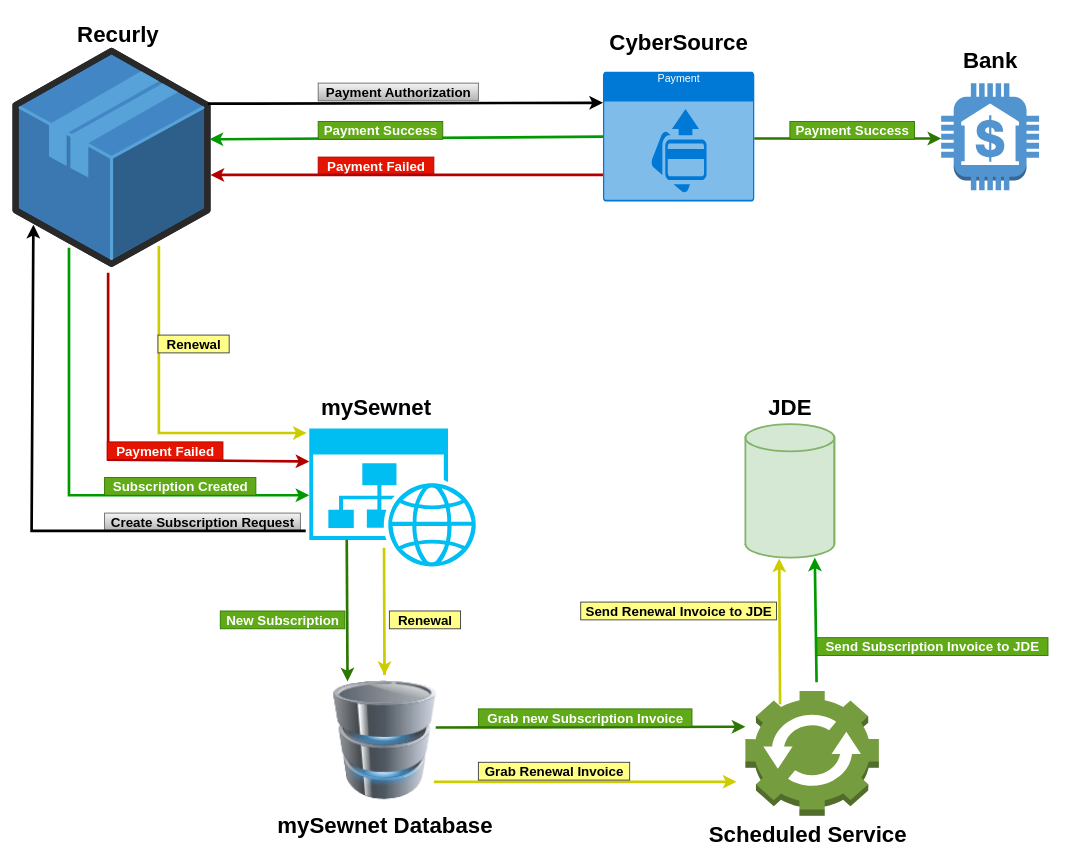
Before: mySewnet/Subscriptions Flow.drawio in sunylcumar/Diagrams, a draw.io diagram. Source tidied: cells renumbered, new cells numbered last; positions are measured from the earlier drawing's top-left corner, leaving out a move shared by most shapes. Both pictures are drawn from the tidied source at 89%, with x=0, y=0 at pixel (15, 15).
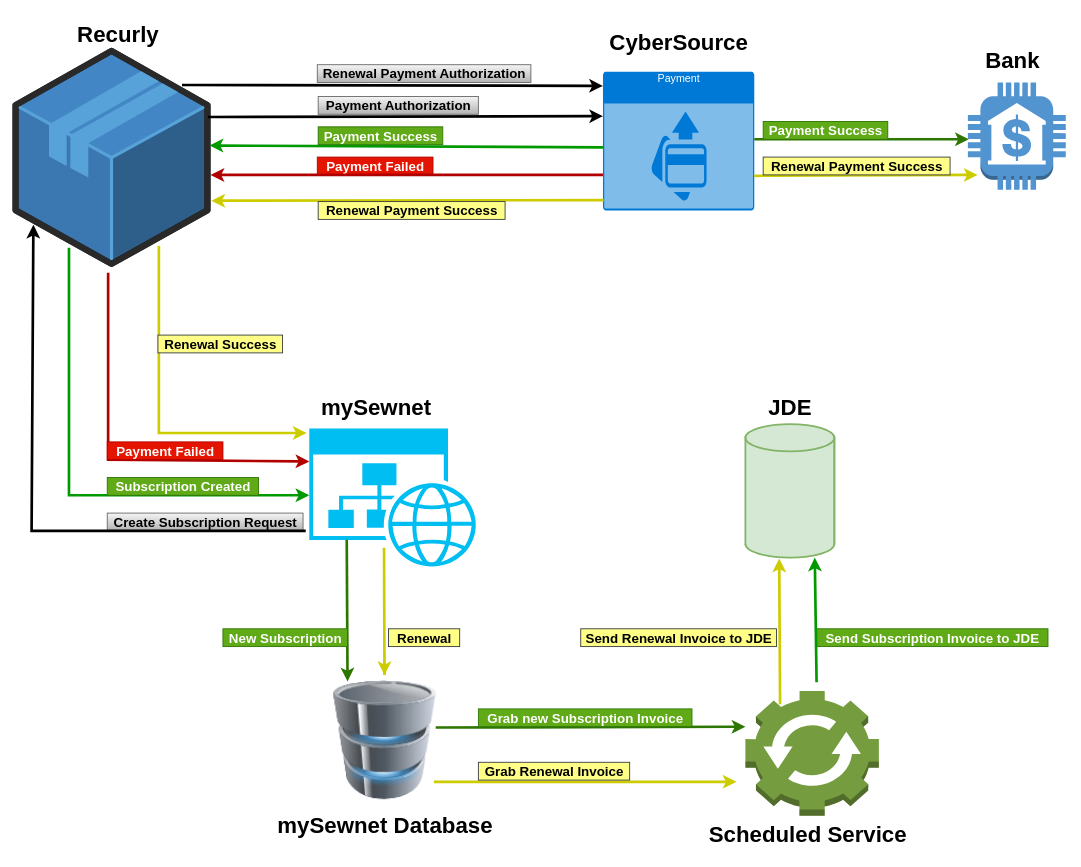
After the change.

Diff of the diagram source:
```diff
@@
     <mxCell id="4" value="Payment" style="html=1;strokeColor=none;fillColor=#0079D6;labelPosition=center;verticalLabelPosition=middle;verticalAlign=top;align=center;fontSize=12;outlineConnect=0;spacingTop=-6;fontColor=#FFFFFF;sketch=0;shape=mxgraph.sitemap.payment;" parent="1" vertex="1">
-      <mxGeometry x="660" y="63.2" width="170" height="145.8" as="geometry" />
+      <mxGeometry x="660" y="63.2" width="170" height="155.8" as="geometry" />
     </mxCell>
@@
     <mxCell id="6" style="dashed=0;verticalLabelPosition=bottom;verticalAlign=top;align=center;html=1;shape=mxgraph.aws3.bank;fillColor=#5294CF;gradientColor=none;fontSize=15;" parent="1" vertex="1">
-      <mxGeometry x="1040" y="75.9" width="110" height="120.5" as="geometry" />
+      <mxGeometry x="1070" y="75.2" width="110" height="120.5" as="geometry" />
     </mxCell>
     <mxCell id="7" value="Bank" style="text;html=1;align=center;verticalAlign=middle;strokeColor=none;fillColor=none;fontSize=25;fontStyle=1;" parent="1" vertex="1">
-      <mxGeometry x="1055" y="29" width="80" height="40" as="geometry" />
+      <mxGeometry x="1080" y="29" width="80" height="40" as="geometry" />
     </mxCell>
@@
     <mxCell id="12" style="endArrow=classic;html=1;rounded=0;fontSize=15;strokeWidth=3;" parent="1" edge="1">
       <mxGeometry relative="1" as="geometry">
-        <mxPoint x="216" y="99" as="sourcePoint" />
-        <mxPoint x="660" y="98" as="targetPoint" />
+        <mxPoint x="216" y="114" as="sourcePoint" />
+        <mxPoint x="660" y="113" as="targetPoint" />
       </mxGeometry>
     </mxCell>
     <mxCell id="13" value="Payment Authorization" style="text;html=1;align=center;verticalAlign=middle;strokeColor=#666666;fillColor=#f5f5f5;fontSize=15;fontStyle=1;gradientColor=#b3b3b3;" parent="1" vertex="1">
-      <mxGeometry x="340" y="75.9" width="180" height="20" as="geometry" />
+      <mxGeometry x="340" y="90.9" width="180" height="20" as="geometry" />
     </mxCell>
-    <mxCell id="14" style="endArrow=classic;html=1;rounded=0;fontSize=25;strokeWidth=3;exitX=1;exitY=0.5;exitDx=0;exitDy=0;exitPerimeter=0;fillColor=#60a917;strokeColor=#2D7600;" parent="1" edge="1">
+    <mxCell id="14" style="endArrow=classic;html=1;rounded=0;fontSize=25;strokeWidth=3;exitX=1;exitY=0.486;exitDx=0;exitDy=0;exitPerimeter=0;fillColor=#60a917;strokeColor=#2D7600;" parent="1" edge="1" source="4">
       <mxGeometry relative="1" as="geometry">
-        <mxPoint x="830" y="138.1" as="sourcePoint" />
-        <mxPoint x="1040" y="138.1" as="targetPoint" />
+        <mxPoint x="1071" y="139" as="targetPoint" />
       </mxGeometry>
     </mxCell>
     <mxCell id="15" value="&lt;font style=&quot;font-size: 15px;&quot;&gt;Payment Success&lt;/font&gt;" style="text;html=1;align=center;verticalAlign=middle;strokeColor=#2D7600;fillColor=#60a917;fontSize=15;fontStyle=1;fontColor=#ffffff;" parent="1" vertex="1">
-      <mxGeometry x="870" y="119" width="140" height="20" as="geometry" />
+      <mxGeometry x="840" y="119" width="140" height="20" as="geometry" />
     </mxCell>
     <mxCell id="16" value="Payment Failed" style="text;html=1;align=center;verticalAlign=middle;strokeColor=#B20000;fillColor=#e51400;fontSize=15;fontStyle=1;fontColor=#ffffff;" parent="1" vertex="1">
-      <mxGeometry x="340" y="159" width="130" height="20" as="geometry" />
+      <mxGeometry x="339" y="159" width="130" height="20" as="geometry" />
     </mxCell>
-    <mxCell id="17" style="endArrow=classic;html=1;rounded=0;fontSize=15;strokeColor=#009900;strokeWidth=3;exitX=0;exitY=0.5;exitDx=0;exitDy=0;exitPerimeter=0;" parent="1" edge="1" source="4">
+    <mxCell id="17" style="endArrow=classic;html=1;rounded=0;fontSize=15;strokeColor=#009900;strokeWidth=3;exitX=0;exitY=0.5;exitDx=0;exitDy=0;exitPerimeter=0;" parent="1" edge="1">
       <mxGeometry relative="1" as="geometry">
-        <mxPoint x="218" y="139" as="targetPoint" />
+        <mxPoint x="660" y="148.1" as="sourcePoint" />
+        <mxPoint x="218" y="146" as="targetPoint" />
       </mxGeometry>
     </mxCell>
     <mxCell id="18" value="Payment Success" style="text;html=1;align=center;verticalAlign=middle;strokeColor=#2D7600;fillColor=#60a917;fontSize=15;fontStyle=1;fontColor=#ffffff;" parent="1" vertex="1">
-      <mxGeometry x="340" y="119" width="140" height="20" as="geometry" />
+      <mxGeometry x="340" y="125" width="140" height="20" as="geometry" />
     </mxCell>
@@
     <mxCell id="20" value="Subscription Created" style="text;html=1;align=center;verticalAlign=middle;strokeColor=#2D7600;fillColor=#60a917;fontSize=15;fontStyle=1;fontColor=#ffffff;" parent="1" vertex="1">
-      <mxGeometry x="100" y="519" width="170" height="20" as="geometry" />
+      <mxGeometry x="103" y="519" width="170" height="20" as="geometry" />
     </mxCell>
     <mxCell id="21" value="Send Subscription Invoice to JDE" style="text;html=1;align=center;verticalAlign=middle;strokeColor=#2D7600;fillColor=#60a917;fontSize=15;fontStyle=1;fontColor=#ffffff;" parent="1" vertex="1">
-      <mxGeometry x="900" y="699" width="260" height="20" as="geometry" />
+      <mxGeometry x="900" y="689" width="260" height="20" as="geometry" />
     </mxCell>
@@
     <mxCell id="23" value="Create Subscription Request" style="text;html=1;align=center;verticalAlign=middle;strokeColor=#666666;fillColor=#f5f5f5;fontSize=15;fontStyle=1;gradientColor=#b3b3b3;" parent="1" vertex="1">
-      <mxGeometry x="100" y="559" width="220" height="20" as="geometry" />
+      <mxGeometry x="103" y="559" width="220" height="20" as="geometry" />
     </mxCell>
@@
     <mxCell id="30" value="New Subscription" style="text;html=1;align=center;verticalAlign=middle;strokeColor=#2D7600;fillColor=#60a917;fontSize=15;fontStyle=1;fontColor=#ffffff;" parent="1" vertex="1">
-      <mxGeometry x="230" y="669" width="140" height="20" as="geometry" />
+      <mxGeometry x="233" y="689" width="140" height="20" as="geometry" />
     </mxCell>
@@
-    <mxCell id="32" value="Renewal" style="text;html=1;align=center;verticalAlign=middle;strokeColor=#36393d;fillColor=#ffff88;fontSize=15;fontStyle=1;" parent="1" vertex="1">
-      <mxGeometry x="160" y="359" width="80" height="20" as="geometry" />
+    <mxCell id="32" value="Renewal Success" style="text;html=1;align=center;verticalAlign=middle;strokeColor=#36393d;fillColor=#ffff88;fontSize=15;fontStyle=1;" parent="1" vertex="1">
+      <mxGeometry x="160" y="359" width="140" height="20" as="geometry" />
     </mxCell>
@@
     <mxCell id="34" value="Renewal" style="text;html=1;align=center;verticalAlign=middle;strokeColor=#36393d;fillColor=#ffff88;fontSize=15;fontStyle=1;" parent="1" vertex="1">
-      <mxGeometry x="420" y="669" width="80" height="20" as="geometry" />
+      <mxGeometry x="419" y="689" width="80" height="20" as="geometry" />
     </mxCell>
@@
     <mxCell id="40" value="Send Renewal Invoice to JDE" style="text;html=1;align=center;verticalAlign=middle;strokeColor=#36393d;fillColor=#ffff88;fontSize=15;fontStyle=1;" parent="1" vertex="1">
-      <mxGeometry x="635" y="659" width="220" height="20" as="geometry" />
+      <mxGeometry x="635" y="689" width="220" height="20" as="geometry" />
     </mxCell>
@@
+    <mxCell id="44" style="endArrow=classic;html=1;rounded=0;fontSize=15;strokeColor=#CCCC00;strokeWidth=3;fillColor=#ffff88;exitX=0.005;exitY=0.995;exitDx=0;exitDy=0;exitPerimeter=0;" parent="1" edge="1">
+      <mxGeometry relative="1" as="geometry">
+        <mxPoint x="660.8" y="207.3" as="sourcePoint" />
+        <mxPoint x="220" y="208" as="targetPoint" />
+      </mxGeometry>
+    </mxCell>
+    <mxCell id="45" value="Renewal Payment Success" style="text;html=1;align=center;verticalAlign=middle;strokeColor=#36393d;fillColor=#ffff88;fontSize=15;fontStyle=1;" parent="1" vertex="1">
+      <mxGeometry x="340" y="209" width="210" height="20" as="geometry" />
+    </mxCell>
+    <mxCell id="46" style="endArrow=classic;html=1;rounded=0;fontSize=15;strokeColor=#CCCC00;strokeWidth=3;fillColor=#ffff88;exitX=1;exitY=0.75;exitDx=0;exitDy=0;exitPerimeter=0;" parent="1" edge="1" source="4">
+      <mxGeometry relative="1" as="geometry">
+        <mxPoint x="1081" y="179" as="targetPoint" />
+      </mxGeometry>
+    </mxCell>
+    <mxCell id="47" value="Renewal Payment Success" style="text;html=1;align=center;verticalAlign=middle;strokeColor=#36393d;fillColor=#ffff88;fontSize=15;fontStyle=1;" parent="1" vertex="1">
+      <mxGeometry x="840" y="159" width="210" height="20" as="geometry" />
+    </mxCell>
+    <mxCell id="48" style="endArrow=classic;html=1;rounded=0;fontSize=15;strokeWidth=3;entryX=-0.024;entryY=0.05;entryDx=0;entryDy=0;entryPerimeter=0;" parent="1" edge="1">
+      <mxGeometry relative="1" as="geometry">
+        <mxPoint x="187" y="78" as="sourcePoint" />
+        <mxPoint x="659.9" y="79" as="targetPoint" />
+      </mxGeometry>
+    </mxCell>
+    <mxCell id="49" value="Renewal Payment Authorization" style="text;html=1;align=center;verticalAlign=middle;strokeColor=#666666;fillColor=#f5f5f5;fontSize=15;fontStyle=1;gradientColor=#b3b3b3;" parent="1" vertex="1">
+      <mxGeometry x="339" y="55.2" width="240" height="20" as="geometry" />
+    </mxCell>
```
